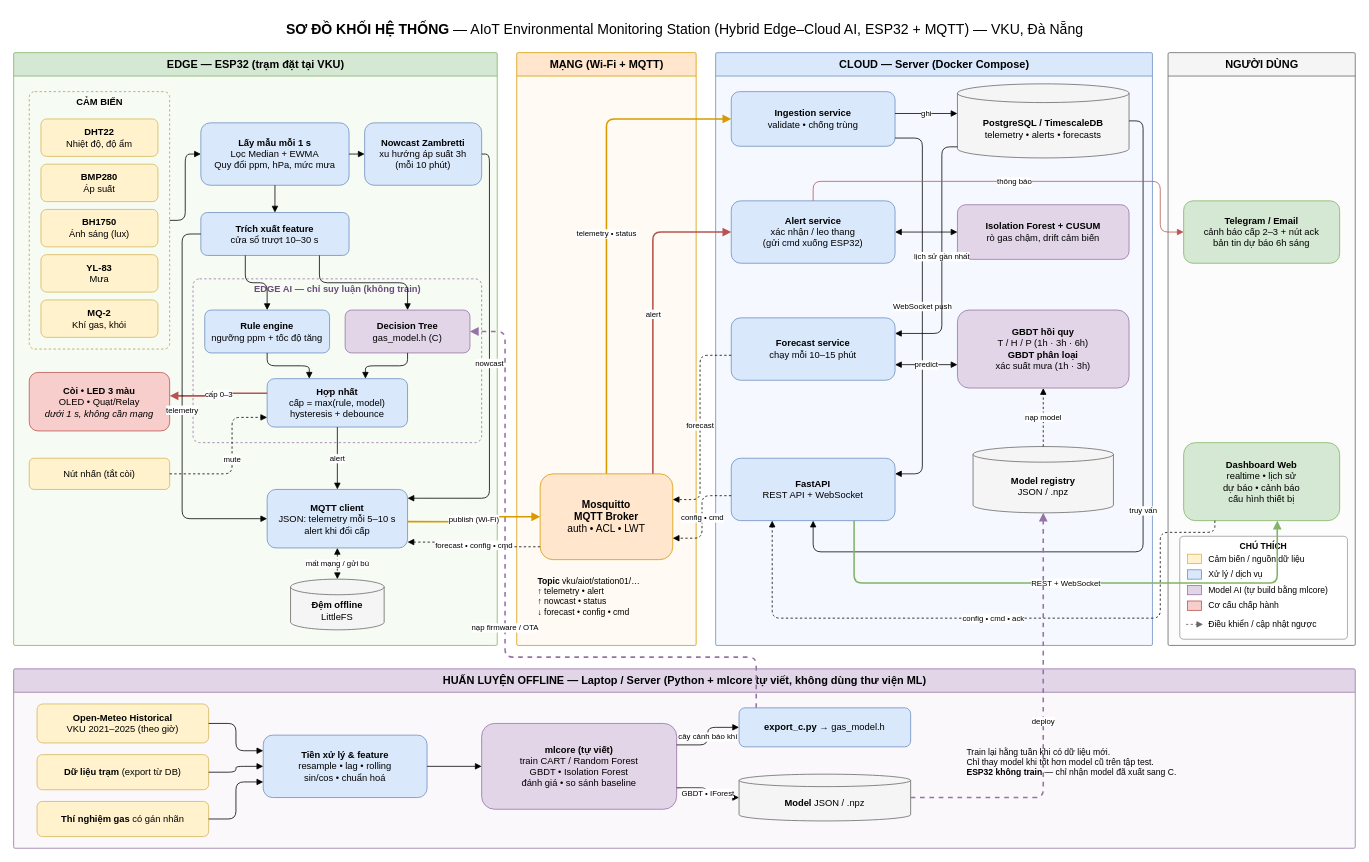
This is docs/architecture/system_block_diagram.drawio from danhle396/pythonnhung, a draw.io file, before an edit. Source tidied: cells renumbered, new cells numbered last; positions are measured from the earlier drawing's top-left corner, leaving out a move shared by most shapes. Both pictures are drawn from the tidied source at 78%, with x=0, y=0 at pixel (13, 13).
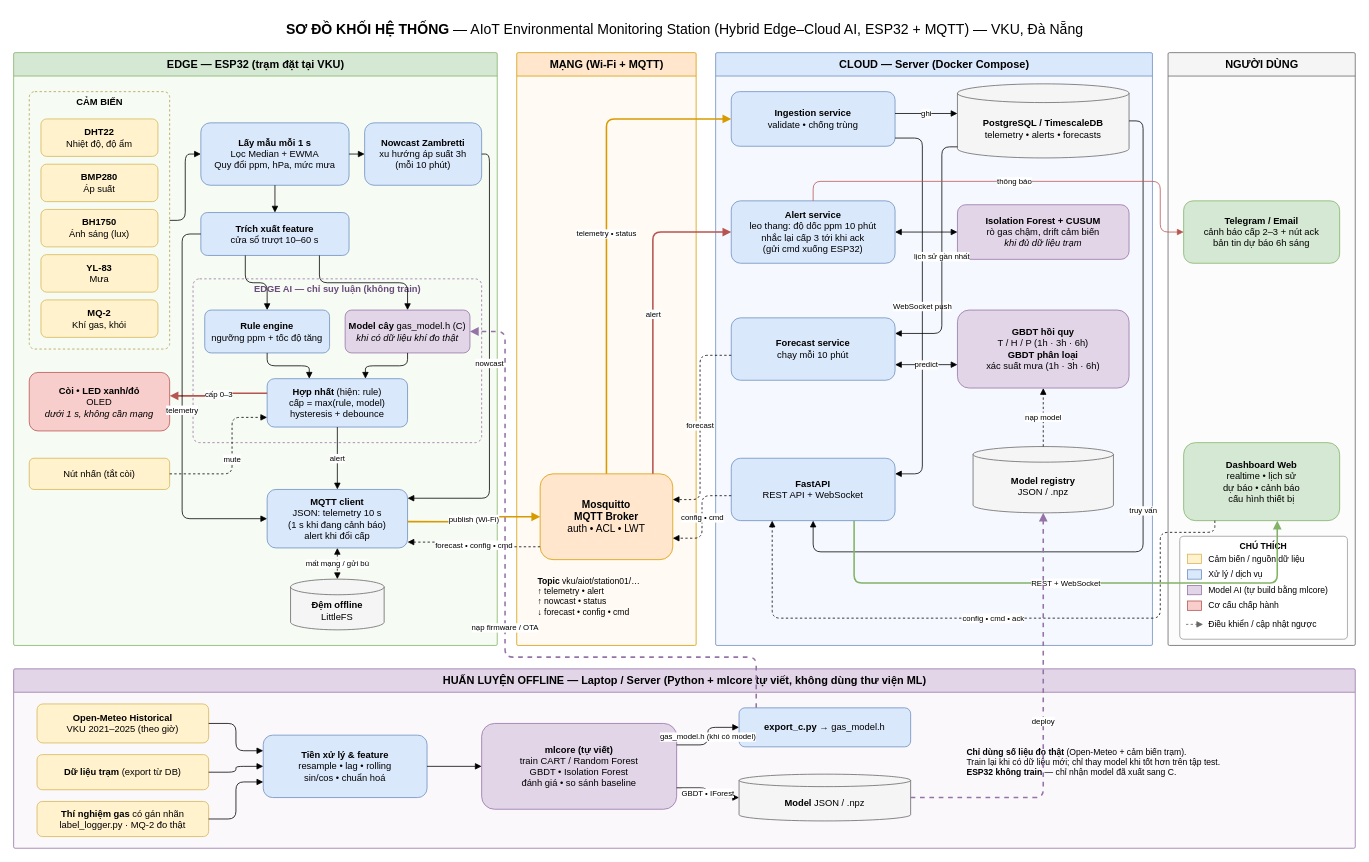
The same diagram, later.

The change refers to these unchanged cells:
```xml
<mxCell id="52" value="&lt;b&gt;mlcore (tự viết)&lt;/b&gt;&lt;br&gt;train CART / Random Forest&lt;br&gt;GBDT • Isolation Forest&lt;br&gt;đánh giá • so sánh baseline" style="rounded=1;whiteSpace=wrap;html=1;fillColor=#e1d5e7;strokeColor=#9673a6;" parent="1" vertex="1">
  <mxGeometry x="600" y="910" width="250" height="110" as="geometry" />
</mxCell>
<mxCell id="53" value="&lt;b&gt;export_c.py&lt;/b&gt; → gas_model.h" style="rounded=1;whiteSpace=wrap;html=1;fillColor=#dae8fc;strokeColor=#6c8ebf;" parent="1" vertex="1">
  <mxGeometry x="930" y="890" width="220" height="50" as="geometry" />
</mxCell>
```

Diff of the diagram source:
```diff
@@
-    <mxCell id="16" value="&lt;b&gt;Trích xuất feature&lt;/b&gt;&lt;br&gt;cửa sổ trượt 10–30 s" style="rounded=1;whiteSpace=wrap;html=1;fillColor=#dae8fc;strokeColor=#6c8ebf;" parent="1" vertex="1">
+    <mxCell id="16" value="&lt;b&gt;Trích xuất feature&lt;/b&gt;&lt;br&gt;cửa sổ trượt 10–60 s" style="rounded=1;whiteSpace=wrap;html=1;fillColor=#dae8fc;strokeColor=#6c8ebf;" parent="1" vertex="1">
       <mxGeometry x="240" y="255" width="190" height="55" as="geometry" />
     </mxCell>
@@
-    <mxCell id="19" value="&lt;b&gt;Decision Tree&lt;/b&gt;&lt;br&gt;gas_model.h (C)" style="rounded=1;whiteSpace=wrap;html=1;fillColor=#e1d5e7;strokeColor=#9673a6;" parent="1" vertex="1">
+    <mxCell id="19" value="&lt;b&gt;Model cây&lt;/b&gt; gas_model.h (C)&lt;br&gt;&lt;i&gt;khi có dữ liệu khí đo thật&lt;/i&gt;" style="rounded=1;whiteSpace=wrap;html=1;fillColor=#e1d5e7;strokeColor=#9673a6;" parent="1" vertex="1">
       <mxGeometry x="425" y="380" width="160" height="55" as="geometry" />
     </mxCell>
-    <mxCell id="20" value="&lt;b&gt;Hợp nhất&lt;/b&gt;&lt;br&gt;cấp = max(rule, model)&lt;br&gt;hysteresis + debounce" style="rounded=1;whiteSpace=wrap;html=1;fillColor=#dae8fc;strokeColor=#6c8ebf;" parent="1" vertex="1">
+    <mxCell id="20" value="&lt;b&gt;Hợp nhất&lt;/b&gt; (hiện: rule)&lt;br&gt;cấp = max(rule, model)&lt;br&gt;hysteresis + debounce" style="rounded=1;whiteSpace=wrap;html=1;fillColor=#dae8fc;strokeColor=#6c8ebf;" parent="1" vertex="1">
       <mxGeometry x="325" y="468" width="180" height="62" as="geometry" />
     </mxCell>
-    <mxCell id="21" value="&lt;b&gt;Còi • LED 3 màu&lt;/b&gt;&lt;br&gt;OLED • Quạt/Relay&lt;br&gt;&lt;i&gt;dưới 1 s, không cần mạng&lt;/i&gt;" style="rounded=1;whiteSpace=wrap;html=1;fillColor=#f8cecc;strokeColor=#b85450;" parent="1" vertex="1">
+    <mxCell id="21" value="&lt;b&gt;Còi • LED xanh/đỏ&lt;/b&gt;&lt;br&gt;OLED&lt;br&gt;&lt;i&gt;dưới 1 s, không cần mạng&lt;/i&gt;" style="rounded=1;whiteSpace=wrap;html=1;fillColor=#f8cecc;strokeColor=#b85450;" parent="1" vertex="1">
       <mxGeometry x="20" y="460" width="180" height="75" as="geometry" />
     </mxCell>
@@
-    <mxCell id="23" value="&lt;b&gt;MQTT client&lt;/b&gt;&lt;br&gt;JSON: telemetry mỗi 5–10 s&lt;br&gt;alert khi đổi cấp" style="rounded=1;whiteSpace=wrap;html=1;fillColor=#dae8fc;strokeColor=#6c8ebf;" parent="1" vertex="1">
+    <mxCell id="23" value="&lt;b&gt;MQTT client&lt;/b&gt;&lt;br&gt;JSON: telemetry 10 s&lt;br&gt;(1 s khi đang cảnh báo)&lt;br&gt;alert khi đổi cấp" style="rounded=1;whiteSpace=wrap;html=1;fillColor=#dae8fc;strokeColor=#6c8ebf;" parent="1" vertex="1">
       <mxGeometry x="325" y="610" width="180" height="75" as="geometry" />
     </mxCell>
@@
-    <mxCell id="29" value="&lt;b&gt;Alert service&lt;/b&gt;&lt;br&gt;xác nhận / leo thang&lt;br&gt;(gửi cmd xuống ESP32)" style="rounded=1;whiteSpace=wrap;html=1;fillColor=#dae8fc;strokeColor=#6c8ebf;" parent="1" vertex="1">
+    <mxCell id="29" value="&lt;b&gt;Alert service&lt;/b&gt;&lt;br&gt;leo thang: độ dốc ppm 10 phút&lt;br&gt;nhắc lại cấp 3 tới khi ack&lt;br&gt;(gửi cmd xuống ESP32)" style="rounded=1;whiteSpace=wrap;html=1;fillColor=#dae8fc;strokeColor=#6c8ebf;" parent="1" vertex="1">
       <mxGeometry x="920" y="240" width="210" height="80" as="geometry" />
     </mxCell>
-    <mxCell id="30" value="&lt;b&gt;Isolation Forest + CUSUM&lt;/b&gt;&lt;br&gt;rò gas chậm, drift cảm biến" style="rounded=1;whiteSpace=wrap;html=1;fillColor=#e1d5e7;strokeColor=#9673a6;" parent="1" vertex="1">
+    <mxCell id="30" value="&lt;b&gt;Isolation Forest + CUSUM&lt;/b&gt;&lt;br&gt;rò gas chậm, drift cảm biến&lt;br&gt;&lt;i&gt;khi đủ dữ liệu trạm&lt;/i&gt;" style="rounded=1;whiteSpace=wrap;html=1;fillColor=#e1d5e7;strokeColor=#9673a6;" parent="1" vertex="1">
       <mxGeometry x="1210" y="245" width="220" height="70" as="geometry" />
     </mxCell>
-    <mxCell id="31" value="&lt;b&gt;Forecast service&lt;/b&gt;&lt;br&gt;chạy mỗi 10–15 phút" style="rounded=1;whiteSpace=wrap;html=1;fillColor=#dae8fc;strokeColor=#6c8ebf;" parent="1" vertex="1">
+    <mxCell id="31" value="&lt;b&gt;Forecast service&lt;/b&gt;&lt;br&gt;chạy mỗi 10 phút" style="rounded=1;whiteSpace=wrap;html=1;fillColor=#dae8fc;strokeColor=#6c8ebf;" parent="1" vertex="1">
       <mxGeometry x="920" y="390" width="210" height="80" as="geometry" />
     </mxCell>
-    <mxCell id="32" value="&lt;b&gt;GBDT hồi quy&lt;/b&gt;&lt;br&gt;T / H / P (1h · 3h · 6h)&lt;br&gt;&lt;b&gt;GBDT phân loại&lt;/b&gt;&lt;br&gt;xác suất mưa (1h · 3h)" style="rounded=1;whiteSpace=wrap;html=1;fillColor=#e1d5e7;strokeColor=#9673a6;" parent="1" vertex="1">
+    <mxCell id="32" value="&lt;b&gt;GBDT hồi quy&lt;/b&gt;&lt;br&gt;T / H / P (1h · 3h · 6h)&lt;br&gt;&lt;b&gt;GBDT phân loại&lt;/b&gt;&lt;br&gt;xác suất mưa (1h · 3h · 6h)" style="rounded=1;whiteSpace=wrap;html=1;fillColor=#e1d5e7;strokeColor=#9673a6;" parent="1" vertex="1">
       <mxGeometry x="1210" y="380" width="220" height="100" as="geometry" />
     </mxCell>
@@
-    <mxCell id="50" value="&lt;b&gt;Thí nghiệm gas&lt;/b&gt; có gán nhãn" style="rounded=1;whiteSpace=wrap;html=1;fillColor=#fff2cc;strokeColor=#d6b656;" parent="1" vertex="1">
+    <mxCell id="50" value="&lt;b&gt;Thí nghiệm gas&lt;/b&gt; có gán nhãn&lt;br&gt;label_logger.py · MQ-2 đo thật" style="rounded=1;whiteSpace=wrap;html=1;fillColor=#fff2cc;strokeColor=#d6b656;" parent="1" vertex="1">
       <mxGeometry x="30" y="1010" width="220" height="45" as="geometry" />
     </mxCell>
@@
-    <mxCell id="55" value="Train lại hằng tuần khi có dữ liệu mới.&lt;br&gt;Chỉ thay model khi tốt hơn model cũ trên tập test.&lt;br&gt;&lt;b&gt;ESP32 không train&lt;/b&gt; — chỉ nhận model đã xuất sang C." style="text;html=1;align=left;verticalAlign=middle;fontSize=11;whiteSpace=wrap;" parent="1" vertex="1">
+    <mxCell id="55" value="&lt;b&gt;Chỉ dùng số liệu đo thật&lt;/b&gt; (Open-Meteo + cảm biến trạm).&lt;br&gt;Train lại khi có dữ liệu mới; chỉ thay model khi tốt hơn trên tập test.&lt;br&gt;&lt;b&gt;ESP32 không train&lt;/b&gt; — chỉ nhận model đã xuất sang C." style="text;html=1;align=left;verticalAlign=middle;fontSize=11;whiteSpace=wrap;" parent="1" vertex="1">
       <mxGeometry x="1220" y="920" width="470" height="80" as="geometry" />
     </mxCell>
@@
-    <mxCell id="89" value="cây cảnh báo khí" style="edgeStyle=orthogonalEdgeStyle;rounded=1;html=1;endArrow=block;endFill=1;exitX=1;exitY=0.25;entryX=0;entryY=0.5;fontSize=10;labelBackgroundColor=#ffffff;" parent="1" edge="1" source="52" target="53">
+    <mxCell id="89" value="gas_model.h (khi có model)" style="edgeStyle=orthogonalEdgeStyle;rounded=1;html=1;endArrow=block;endFill=1;exitX=1;exitY=0.25;entryX=0;entryY=0.5;fontSize=10;labelBackgroundColor=#ffffff;" parent="1" edge="1" source="52" target="53">
       <mxGeometry relative="1" as="geometry" />
     </mxCell>
```
